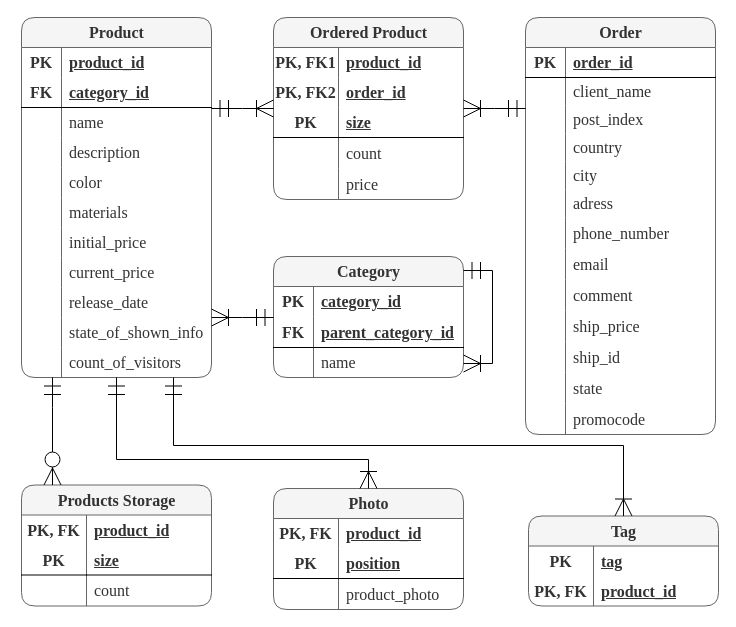
The draw.io diagram docs/ER-diagramm.drawio in sevolchenko/online-store, before the edit. Source tidied: cells renumbered, new cells numbered last; positions are measured from the earlier drawing's top-left corner, leaving out a move shared by most shapes. Both pictures are drawn from the tidied source at 100%, with x=0, y=0 at pixel (21, 17).
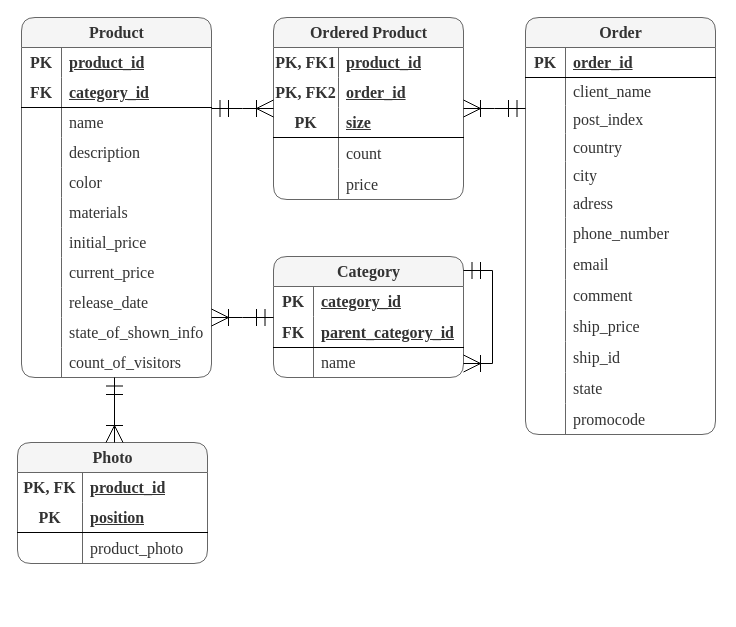
After the change.

Unchanged cells that the change refers to:
```xml
<mxCell id="2" value="Product" style="shape=table;startSize=30;childLayout=tableLayout;rowLines=0;fontStyle=1;rounded=1;sketch=0;fontFamily=Times New Roman;fontSize=16;fontColor=#333333;fillColor=#f5f5f5;gradientColor=none;html=1;strokeColor=#666666;" parent="1" vertex="1">
  <mxGeometry width="190" height="360" as="geometry" />
</mxCell>
<mxCell id="33" style="shape=tableRow;horizontal=0;startSize=0;swimlaneHead=0;swimlaneBody=0;top=0;left=0;bottom=0;right=0;fillColor=none;points=[[0,0.5],[1,0.5]];portConstraint=eastwest;rounded=0;sketch=0;fontFamily=Times New Roman;fontSize=16;fontColor=#333333;html=1;" parent="2" vertex="1">
  <mxGeometry y="330" width="190" height="30" as="geometry" />
</mxCell>
```

The edit, as a diff of the source:
```diff
@@
     <mxCell id="36" value="Photo" style="shape=table;startSize=30;childLayout=tableLayout;rowLines=0;fontStyle=1;rounded=1;sketch=0;fontFamily=Times New Roman;fontSize=16;fontColor=#333333;fillColor=#f5f5f5;gradientColor=none;html=1;strokeColor=#666666;" parent="1" vertex="1">
-      <mxGeometry x="252" y="471" width="190" height="121" as="geometry" />
+      <mxGeometry x="-4" y="425" width="190" height="121" as="geometry" />
     </mxCell>
@@
-    <mxCell id="56" value="Products Storage" style="shape=table;startSize=30;childLayout=tableLayout;rowLines=0;fontStyle=1;rounded=1;sketch=0;fontFamily=Times New Roman;fontSize=16;fontColor=#333333;fillColor=#f5f5f5;gradientColor=none;html=1;strokeColor=#666666;" parent="1" vertex="1">
-      <mxGeometry y="467.5" width="190" height="121" as="geometry" />
-    </mxCell>
-    <mxCell id="57" style="shape=tableRow;horizontal=0;startSize=0;swimlaneHead=0;swimlaneBody=0;top=0;left=0;bottom=0;right=0;fillColor=none;rounded=0;sketch=0;fontFamily=Times New Roman;fontSize=16;fontColor=#333333;html=1;" parent="56" vertex="1">
-      <mxGeometry y="30" width="190" height="30" as="geometry" />
-    </mxCell>
-    <mxCell id="58" value="PK, FK" style="shape=partialRectangle;html=1;whiteSpace=wrap;fillColor=none;top=0;left=0;bottom=0;right=0;overflow=hidden;rounded=0;sketch=0;fontFamily=Times New Roman;fontSize=16;fontColor=#333333;startSize=30;fontStyle=1;" parent="57" vertex="1">
-      <mxGeometry width="65" height="30" as="geometry" />
-    </mxCell>
-    <mxCell id="59" value="product_id" style="shape=partialRectangle;html=1;whiteSpace=wrap;fillColor=none;top=0;left=0;bottom=0;right=0;align=left;spacingLeft=6;overflow=hidden;rounded=0;sketch=0;fontFamily=Times New Roman;fontSize=16;fontColor=#333333;startSize=30;fontStyle=5;" parent="57" vertex="1">
-      <mxGeometry x="65" width="125" height="30" as="geometry" />
-    </mxCell>
-    <mxCell id="60" style="shape=tableRow;horizontal=0;startSize=0;swimlaneHead=0;swimlaneBody=0;top=0;left=0;bottom=0;right=0;fillColor=none;rounded=0;sketch=0;fontFamily=Times New Roman;fontSize=16;fontColor=#333333;html=1;" parent="56" vertex="1">
-      <mxGeometry y="60" width="190" height="30" as="geometry" />
-    </mxCell>
-    <mxCell id="61" value="PK" style="shape=partialRectangle;html=1;whiteSpace=wrap;fillColor=none;top=0;left=0;bottom=1;right=0;overflow=hidden;rounded=0;sketch=0;fontFamily=Times New Roman;fontSize=16;fontColor=#333333;startSize=30;fontStyle=1;" parent="60" vertex="1">
-      <mxGeometry width="65" height="30" as="geometry" />
-    </mxCell>
-    <mxCell id="62" value="size" style="shape=partialRectangle;html=1;whiteSpace=wrap;fillColor=none;top=0;left=0;bottom=1;right=0;align=left;spacingLeft=6;overflow=hidden;rounded=0;sketch=0;fontFamily=Times New Roman;fontSize=16;fontColor=#333333;startSize=30;fontStyle=5;" parent="60" vertex="1">
-      <mxGeometry x="65" width="125" height="30" as="geometry" />
-    </mxCell>
-    <mxCell id="63" style="shape=tableRow;horizontal=0;startSize=0;swimlaneHead=0;swimlaneBody=0;top=0;left=0;bottom=0;right=0;fillColor=none;rounded=0;sketch=0;fontFamily=Times New Roman;fontSize=16;fontColor=#333333;html=1;" parent="56" vertex="1">
-      <mxGeometry y="90" width="190" height="31" as="geometry" />
-    </mxCell>
-    <mxCell id="64" style="shape=partialRectangle;html=1;whiteSpace=wrap;fillColor=none;top=0;left=0;bottom=0;right=0;overflow=hidden;rounded=0;sketch=0;fontFamily=Times New Roman;fontSize=16;fontColor=#333333;startSize=30;" parent="63" vertex="1">
-      <mxGeometry width="65" height="31" as="geometry" />
-    </mxCell>
-    <mxCell id="65" value="count" style="shape=partialRectangle;html=1;whiteSpace=wrap;fillColor=none;top=0;left=0;bottom=0;right=0;align=left;spacingLeft=6;overflow=hidden;rounded=0;sketch=0;fontFamily=Times New Roman;fontSize=16;fontColor=#333333;startSize=30;" parent="63" vertex="1">
-      <mxGeometry x="65" width="125" height="31" as="geometry" />
-    </mxCell>
@@
-    <mxCell id="122" value="Tag" style="shape=table;startSize=30;childLayout=tableLayout;rowLines=0;fontStyle=1;rounded=1;sketch=0;fontFamily=Times New Roman;fontSize=16;fontColor=#333333;fillColor=#f5f5f5;gradientColor=none;html=1;strokeColor=#666666;" parent="1" vertex="1">
-      <mxGeometry x="507" y="498.5" width="190" height="90" as="geometry" />
-    </mxCell>
-    <mxCell id="123" style="shape=tableRow;horizontal=0;startSize=0;swimlaneHead=0;swimlaneBody=0;top=0;left=0;bottom=0;right=0;fillColor=none;rounded=0;sketch=0;fontFamily=Times New Roman;fontSize=16;fontColor=#333333;html=1;fontStyle=5;" parent="122" vertex="1">
-      <mxGeometry y="30" width="190" height="30" as="geometry" />
-    </mxCell>
-    <mxCell id="124" value="PK" style="shape=partialRectangle;html=1;whiteSpace=wrap;fillColor=none;top=0;left=0;bottom=0;right=0;overflow=hidden;rounded=0;sketch=0;fontFamily=Times New Roman;fontSize=16;fontColor=#333333;startSize=30;fontStyle=1;" parent="123" vertex="1">
-      <mxGeometry width="65" height="30" as="geometry" />
-    </mxCell>
-    <mxCell id="125" value="tag" style="shape=partialRectangle;html=1;whiteSpace=wrap;fillColor=none;top=0;left=0;bottom=0;right=0;align=left;spacingLeft=6;overflow=hidden;rounded=0;sketch=0;fontFamily=Times New Roman;fontSize=16;fontColor=#333333;startSize=30;fontStyle=5;" parent="123" vertex="1">
-      <mxGeometry x="65" width="125" height="30" as="geometry" />
-    </mxCell>
-    <mxCell id="126" style="shape=tableRow;horizontal=0;startSize=0;swimlaneHead=0;swimlaneBody=0;top=0;left=0;bottom=0;right=0;fillColor=none;rounded=0;sketch=0;fontFamily=Times New Roman;fontSize=16;fontColor=#333333;html=1;fontStyle=5;" parent="122" vertex="1">
-      <mxGeometry y="60" width="190" height="30" as="geometry" />
-    </mxCell>
-    <mxCell id="127" value="PK, FK" style="shape=partialRectangle;html=1;whiteSpace=wrap;fillColor=none;top=0;left=0;bottom=0;right=0;overflow=hidden;rounded=0;sketch=0;fontFamily=Times New Roman;fontSize=16;fontColor=#333333;startSize=30;fontStyle=1;" parent="126" vertex="1">
-      <mxGeometry width="65" height="30" as="geometry" />
-    </mxCell>
-    <mxCell id="128" value="product_id" style="shape=partialRectangle;html=1;whiteSpace=wrap;fillColor=none;top=0;left=0;bottom=0;right=0;align=left;spacingLeft=6;overflow=hidden;rounded=0;sketch=0;fontFamily=Times New Roman;fontSize=16;fontColor=#333333;startSize=30;fontStyle=5;" parent="126" vertex="1">
-      <mxGeometry x="65" width="125" height="30" as="geometry" />
-    </mxCell>
@@
-    <mxCell id="130" style="edgeStyle=elbowEdgeStyle;fontSize=12;html=1;endArrow=ERoneToMany;startArrow=ERmandOne;rounded=0;fontFamily=Times New Roman;fontColor=#333333;startSize=15;strokeWidth=1;endSize=15;elbow=vertical;exitX=0.8;exitY=1;exitDx=0;exitDy=0;exitPerimeter=0;" parent="1" edge="1" source="33" target="122">
-      <mxGeometry relative="1" as="geometry">
-        <Array as="points">
-          <mxPoint x="463" y="428" />
-          <mxPoint x="350" y="420" />
-          <mxPoint x="160" y="396" />
-          <mxPoint x="671" y="396" />
-          <mxPoint x="136" y="385" />
-          <mxPoint x="341" y="395" />
-        </Array>
-      </mxGeometry>
-    </mxCell>
-    <mxCell id="131" style="edgeStyle=elbowEdgeStyle;fontSize=12;html=1;endArrow=ERoneToMany;startArrow=ERmandOne;rounded=0;fontFamily=Times New Roman;fontColor=#333333;startSize=15;strokeWidth=1;endSize=15;elbow=vertical;" parent="1" edge="1" source="2" target="36">
-      <mxGeometry relative="1" as="geometry">
-        <Array as="points">
-          <mxPoint x="198" y="442" />
-          <mxPoint x="223" y="438" />
-          <mxPoint x="681" y="406" />
-          <mxPoint x="146" y="395" />
-          <mxPoint x="351" y="405" />
-        </Array>
-      </mxGeometry>
+    <mxCell id="131" style="edgeStyle=elbowEdgeStyle;fontSize=12;html=1;endArrow=ERoneToMany;startArrow=ERmandOne;rounded=0;fontFamily=Times New Roman;fontColor=#333333;startSize=15;strokeWidth=1;endSize=15;" parent="1" edge="1" source="2" target="36">
+      <mxGeometry relative="1" as="geometry" />
     </mxCell>
-    <mxCell id="132" style="edgeStyle=elbowEdgeStyle;fontSize=12;html=1;endArrow=ERzeroToMany;startArrow=ERmandOne;rounded=0;strokeWidth=1;fontFamily=Times New Roman;fontColor=#333333;startSize=15;endSize=15;" parent="1" edge="1" source="2" target="56">
-      <mxGeometry relative="1" as="geometry">
-        <Array as="points">
-          <mxPoint x="31" y="390" />
-        </Array>
-      </mxGeometry>
-    </mxCell>
```
